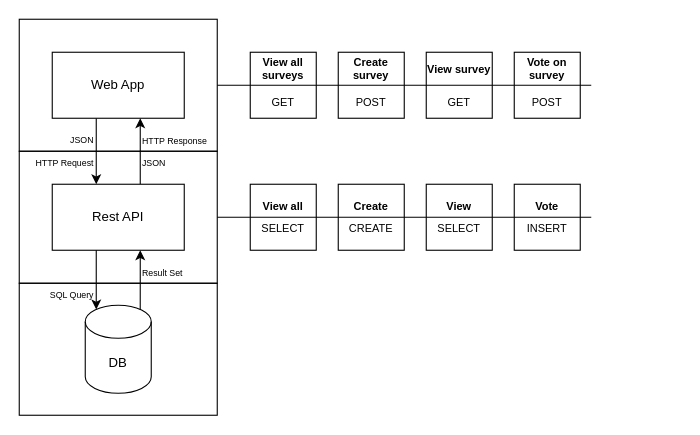
Above: MVC.drawio in antar/Polls-App (draw.io), before the change. Source tidied: cells renumbered, new cells numbered last; positions are measured from the earlier drawing's top-left corner, leaving out a move shared by most shapes. Both pictures are drawn from the tidied source at 110%, with x=0, y=0 at pixel (19, 19).
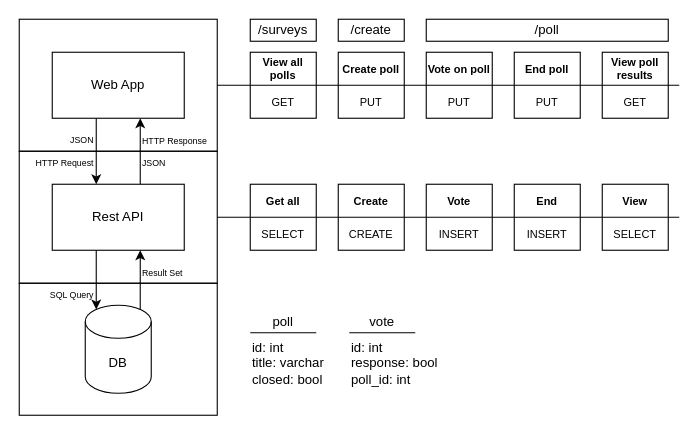
After the change.

The change refers to these unchanged cells:
```xml
<mxCell id="4" style="rounded=0;whiteSpace=wrap;html=1;fillColor=none;" parent="1" vertex="1">
  <mxGeometry y="120" width="180" height="120" as="geometry" />
</mxCell>
<mxCell id="5" style="rounded=0;whiteSpace=wrap;html=1;fillColor=none;" parent="1" vertex="1">
  <mxGeometry width="180" height="120" as="geometry" />
</mxCell>
<mxCell id="19" style="group;" parent="1" vertex="1">
  <mxGeometry x="210" y="30" width="60" height="60" as="geometry" />
</mxCell>
<mxCell id="23" style="group;" parent="1" vertex="1">
  <mxGeometry x="290" y="30" width="60" height="60" as="geometry" />
</mxCell>
<mxCell id="31" style="group;" parent="1" vertex="1">
  <mxGeometry x="290" y="150" width="60" height="90" as="geometry" />
</mxCell>
```

Change to the diagram source:
```diff
@@
-    <mxCell id="21" value="&lt;b&gt;View all surveys&lt;/b&gt;" style="text;html=1;strokeColor=none;fillColor=none;align=center;verticalAlign=middle;whiteSpace=wrap;rounded=0;fontSize=10;" parent="19" vertex="1">
+    <mxCell id="21" value="&lt;b&gt;View all polls&lt;/b&gt;" style="text;html=1;strokeColor=none;fillColor=none;align=center;verticalAlign=middle;whiteSpace=wrap;rounded=0;fontSize=10;" parent="19" vertex="1">
       <mxGeometry width="60" height="30" as="geometry" />
     </mxCell>
@@
-    <mxCell id="25" value="&lt;b&gt;Create survey&lt;/b&gt;" style="text;html=1;strokeColor=none;fillColor=none;align=center;verticalAlign=middle;whiteSpace=wrap;rounded=0;fontSize=10;" parent="23" vertex="1">
+    <mxCell id="25" value="&lt;b&gt;Create poll&lt;/b&gt;" style="text;html=1;strokeColor=none;fillColor=none;align=center;verticalAlign=middle;whiteSpace=wrap;rounded=0;fontSize=10;" parent="23" vertex="1">
       <mxGeometry width="60" height="30" as="geometry" />
     </mxCell>
-    <mxCell id="26" value="POST" style="text;html=1;strokeColor=none;fillColor=none;align=center;verticalAlign=middle;whiteSpace=wrap;rounded=0;fontSize=10;" parent="23" vertex="1">
+    <mxCell id="26" value="PUT" style="text;html=1;strokeColor=none;fillColor=none;align=center;verticalAlign=middle;whiteSpace=wrap;rounded=0;fontSize=10;" parent="23" vertex="1">
       <mxGeometry y="30" width="60" height="30" as="geometry" />
     </mxCell>
     <mxCell id="27" style="group;" parent="1" vertex="1">
-      <mxGeometry x="450" y="30" width="60" height="60" as="geometry" />
+      <mxGeometry x="370" y="30" width="60" height="60" as="geometry" />
     </mxCell>
@@
-    <mxCell id="29" value="POST" style="text;html=1;strokeColor=none;fillColor=none;align=center;verticalAlign=middle;whiteSpace=wrap;rounded=0;fontSize=10;" parent="27" vertex="1">
+    <mxCell id="29" value="PUT" style="text;html=1;strokeColor=none;fillColor=none;align=center;verticalAlign=middle;whiteSpace=wrap;rounded=0;fontSize=10;" parent="27" vertex="1">
       <mxGeometry y="30" width="60" height="30" as="geometry" />
     </mxCell>
-    <mxCell id="30" value="&lt;b&gt;Vote on survey&lt;/b&gt;" style="text;html=1;strokeColor=none;fillColor=none;align=center;verticalAlign=middle;whiteSpace=wrap;rounded=0;fontSize=10;" parent="27" vertex="1">
+    <mxCell id="30" value="&lt;b&gt;Vote on poll&lt;/b&gt;" style="text;html=1;strokeColor=none;fillColor=none;align=center;verticalAlign=middle;whiteSpace=wrap;rounded=0;fontSize=10;" parent="27" vertex="1">
       <mxGeometry width="60" height="30" as="geometry" />
     </mxCell>
@@
     <mxCell id="33" value="&lt;b&gt;Create&lt;/b&gt;" style="text;html=1;strokeColor=none;fillColor=none;align=center;verticalAlign=middle;whiteSpace=wrap;rounded=0;fontSize=10;" parent="31" vertex="1">
-      <mxGeometry y="10" width="60" height="20" as="geometry" />
+      <mxGeometry width="60" height="30" as="geometry" />
     </mxCell>
     <mxCell id="34" value="CREATE" style="text;html=1;strokeColor=none;fillColor=none;align=center;verticalAlign=middle;whiteSpace=wrap;rounded=0;fontSize=10;" parent="31" vertex="1">
-      <mxGeometry y="30" width="60" height="20" as="geometry" />
+      <mxGeometry y="30" width="60" height="30" as="geometry" />
     </mxCell>
     <mxCell id="35" style="rounded=0;whiteSpace=wrap;html=1;fontSize=8;align=left;fillColor=none;" parent="1" vertex="1">
-      <mxGeometry x="370" y="150" width="60" height="60" as="geometry" />
+      <mxGeometry x="530" y="150" width="60" height="60" as="geometry" />
     </mxCell>
-    <mxCell id="36" value="&lt;b&gt;View all&lt;br&gt;&lt;/b&gt;" style="text;html=1;strokeColor=none;fillColor=none;align=center;verticalAlign=middle;whiteSpace=wrap;rounded=0;fontSize=10;" parent="1" vertex="1">
-      <mxGeometry x="210" y="160" width="60" height="20" as="geometry" />
+    <mxCell id="36" value="&lt;b&gt;Get all&lt;br&gt;&lt;/b&gt;" style="text;html=1;strokeColor=none;fillColor=none;align=center;verticalAlign=middle;whiteSpace=wrap;rounded=0;fontSize=10;" parent="1" vertex="1">
+      <mxGeometry x="210" y="150" width="60" height="30" as="geometry" />
     </mxCell>
     <mxCell id="37" value="SELECT" style="text;html=1;strokeColor=none;fillColor=none;align=center;verticalAlign=middle;whiteSpace=wrap;rounded=0;fontSize=10;" parent="1" vertex="1">
-      <mxGeometry x="210" y="180" width="60" height="20" as="geometry" />
+      <mxGeometry x="210" y="180" width="60" height="30" as="geometry" />
     </mxCell>
     <mxCell id="38" value="&lt;b&gt;View&lt;/b&gt;" style="text;html=1;strokeColor=none;fillColor=none;align=center;verticalAlign=middle;whiteSpace=wrap;rounded=0;fontSize=10;" parent="1" vertex="1">
-      <mxGeometry x="370" y="160" width="60" height="20" as="geometry" />
+      <mxGeometry x="530" y="150" width="60" height="30" as="geometry" />
     </mxCell>
     <mxCell id="39" value="SELECT" style="text;html=1;strokeColor=none;fillColor=none;align=center;verticalAlign=middle;whiteSpace=wrap;rounded=0;fontSize=10;" parent="1" vertex="1">
-      <mxGeometry x="370" y="180" width="60" height="20" as="geometry" />
+      <mxGeometry x="530" y="180" width="60" height="30" as="geometry" />
     </mxCell>
     <mxCell id="40" style="endArrow=none;html=1;exitX=1;exitY=0.5;exitDx=0;exitDy=0;" parent="1" edge="1" source="5">
       <mxGeometry relative="1" as="geometry">
-        <mxPoint x="520" y="60" as="targetPoint" />
+        <mxPoint x="600" y="60" as="targetPoint" />
       </mxGeometry>
     </mxCell>
     <mxCell id="41" style="endArrow=none;html=1;exitX=1;exitY=0.5;exitDx=0;exitDy=0;" parent="1" edge="1" source="4">
       <mxGeometry relative="1" as="geometry">
-        <mxPoint x="520" y="180" as="targetPoint" />
+        <mxPoint x="600" y="180" as="targetPoint" />
       </mxGeometry>
     </mxCell>
     <mxCell id="42" style="group;" parent="1" vertex="1">
-      <mxGeometry x="370" y="30" width="60" height="60" as="geometry" />
+      <mxGeometry x="450" y="30" width="60" height="60" as="geometry" />
     </mxCell>
@@
-    <mxCell id="44" value="GET" style="text;html=1;strokeColor=none;fillColor=none;align=center;verticalAlign=middle;whiteSpace=wrap;rounded=0;fontSize=10;" parent="42" vertex="1">
+    <mxCell id="44" value="PUT" style="text;html=1;strokeColor=none;fillColor=none;align=center;verticalAlign=middle;whiteSpace=wrap;rounded=0;fontSize=10;" parent="42" vertex="1">
       <mxGeometry y="30" width="60" height="30" as="geometry" />
     </mxCell>
-    <mxCell id="45" value="&lt;b&gt;View survey&lt;/b&gt;" style="text;html=1;strokeColor=none;fillColor=none;align=center;verticalAlign=middle;whiteSpace=wrap;rounded=0;fontSize=10;" parent="42" vertex="1">
+    <mxCell id="45" value="&lt;b&gt;End poll&lt;/b&gt;" style="text;html=1;strokeColor=none;fillColor=none;align=center;verticalAlign=middle;whiteSpace=wrap;rounded=0;fontSize=10;" parent="42" vertex="1">
       <mxGeometry width="60" height="30" as="geometry" />
     </mxCell>
@@
-    <mxCell id="47" value="&lt;b&gt;Vote&lt;/b&gt;" style="text;html=1;strokeColor=none;fillColor=none;align=center;verticalAlign=middle;whiteSpace=wrap;rounded=0;fontSize=10;" parent="1" vertex="1">
-      <mxGeometry x="450" y="160" width="60" height="20" as="geometry" />
+    <mxCell id="47" value="&lt;b&gt;End&lt;/b&gt;" style="text;html=1;strokeColor=none;fillColor=none;align=center;verticalAlign=middle;whiteSpace=wrap;rounded=0;fontSize=10;" parent="1" vertex="1">
+      <mxGeometry x="450" y="150" width="60" height="30" as="geometry" />
     </mxCell>
     <mxCell id="48" value="INSERT" style="text;html=1;strokeColor=none;fillColor=none;align=center;verticalAlign=middle;whiteSpace=wrap;rounded=0;fontSize=10;" parent="1" vertex="1">
-      <mxGeometry x="450" y="180" width="60" height="20" as="geometry" />
+      <mxGeometry x="450" y="180" width="60" height="30" as="geometry" />
     </mxCell>
+    <mxCell id="49" style="group;" parent="1" vertex="1">
+      <mxGeometry x="530" y="30" width="60" height="60" as="geometry" />
+    </mxCell>
+    <mxCell id="50" style="rounded=0;whiteSpace=wrap;html=1;fontSize=8;align=left;fillColor=none;" parent="49" vertex="1">
+      <mxGeometry width="60" height="60" as="geometry" />
+    </mxCell>
+    <mxCell id="51" value="GET" style="text;html=1;strokeColor=none;fillColor=none;align=center;verticalAlign=middle;whiteSpace=wrap;rounded=0;fontSize=10;" parent="49" vertex="1">
+      <mxGeometry y="30" width="60" height="30" as="geometry" />
+    </mxCell>
+    <mxCell id="52" value="&lt;b&gt;View poll results&lt;/b&gt;" style="text;html=1;strokeColor=none;fillColor=none;align=center;verticalAlign=middle;whiteSpace=wrap;rounded=0;fontSize=10;" parent="49" vertex="1">
+      <mxGeometry width="60" height="30" as="geometry" />
+    </mxCell>
+    <mxCell id="53" style="rounded=0;whiteSpace=wrap;html=1;fontSize=8;align=left;fillColor=none;" parent="1" vertex="1">
+      <mxGeometry x="370" y="150" width="60" height="60" as="geometry" />
+    </mxCell>
+    <mxCell id="54" value="&lt;b&gt;Vote&lt;/b&gt;" style="text;html=1;strokeColor=none;fillColor=none;align=center;verticalAlign=middle;whiteSpace=wrap;rounded=0;fontSize=10;" parent="1" vertex="1">
+      <mxGeometry x="370" y="150" width="60" height="30" as="geometry" />
+    </mxCell>
+    <mxCell id="55" value="INSERT" style="text;html=1;strokeColor=none;fillColor=none;align=center;verticalAlign=middle;whiteSpace=wrap;rounded=0;fontSize=10;" parent="1" vertex="1">
+      <mxGeometry x="370" y="180" width="60" height="30" as="geometry" />
+    </mxCell>
+    <mxCell id="56" value="/surveys" style="rounded=0;whiteSpace=wrap;html=1;" parent="1" vertex="1">
+      <mxGeometry x="210" width="60" height="20" as="geometry" />
+    </mxCell>
+    <mxCell id="57" value="/create" style="rounded=0;whiteSpace=wrap;html=1;" parent="1" vertex="1">
+      <mxGeometry x="290" width="60" height="20" as="geometry" />
+    </mxCell>
+    <mxCell id="58" value="/poll" style="rounded=0;whiteSpace=wrap;html=1;" parent="1" vertex="1">
+      <mxGeometry x="370" width="220" height="20" as="geometry" />
+    </mxCell>
+    <mxCell id="59" style="endArrow=none;html=1;" parent="1" edge="1">
+      <mxGeometry relative="1" as="geometry">
+        <mxPoint x="210" y="285" as="sourcePoint" />
+        <mxPoint x="270" y="285" as="targetPoint" />
+      </mxGeometry>
+    </mxCell>
+    <mxCell id="60" value="id: int&lt;br&gt;title: varchar&lt;br&gt;closed: bool&lt;br&gt;" style="text;html=1;strokeColor=none;fillColor=none;align=left;verticalAlign=top;whiteSpace=wrap;rounded=0;" parent="1" vertex="1">
+      <mxGeometry x="210" y="285" width="70" height="50" as="geometry" />
+    </mxCell>
+    <mxCell id="61" value="poll" style="text;html=1;strokeColor=none;fillColor=none;align=center;verticalAlign=middle;whiteSpace=wrap;rounded=0;" parent="1" vertex="1">
+      <mxGeometry x="210" y="265" width="60" height="20" as="geometry" />
+    </mxCell>
+    <mxCell id="62" style="endArrow=none;html=1;" parent="1" edge="1">
+      <mxGeometry relative="1" as="geometry">
+        <mxPoint x="300" y="285" as="sourcePoint" />
+        <mxPoint x="360" y="285" as="targetPoint" />
+      </mxGeometry>
+    </mxCell>
+    <mxCell id="63" value="vote" style="text;html=1;strokeColor=none;fillColor=none;align=center;verticalAlign=middle;whiteSpace=wrap;rounded=0;" parent="1" vertex="1">
+      <mxGeometry x="300" y="265" width="60" height="20" as="geometry" />
+    </mxCell>
+    <mxCell id="64" value="id: int&lt;br&gt;response: bool&lt;br&gt;poll_id: int" style="text;html=1;strokeColor=none;fillColor=none;align=left;verticalAlign=top;whiteSpace=wrap;rounded=0;" parent="1" vertex="1">
+      <mxGeometry x="300" y="285" width="90" height="50" as="geometry" />
+    </mxCell>
```
